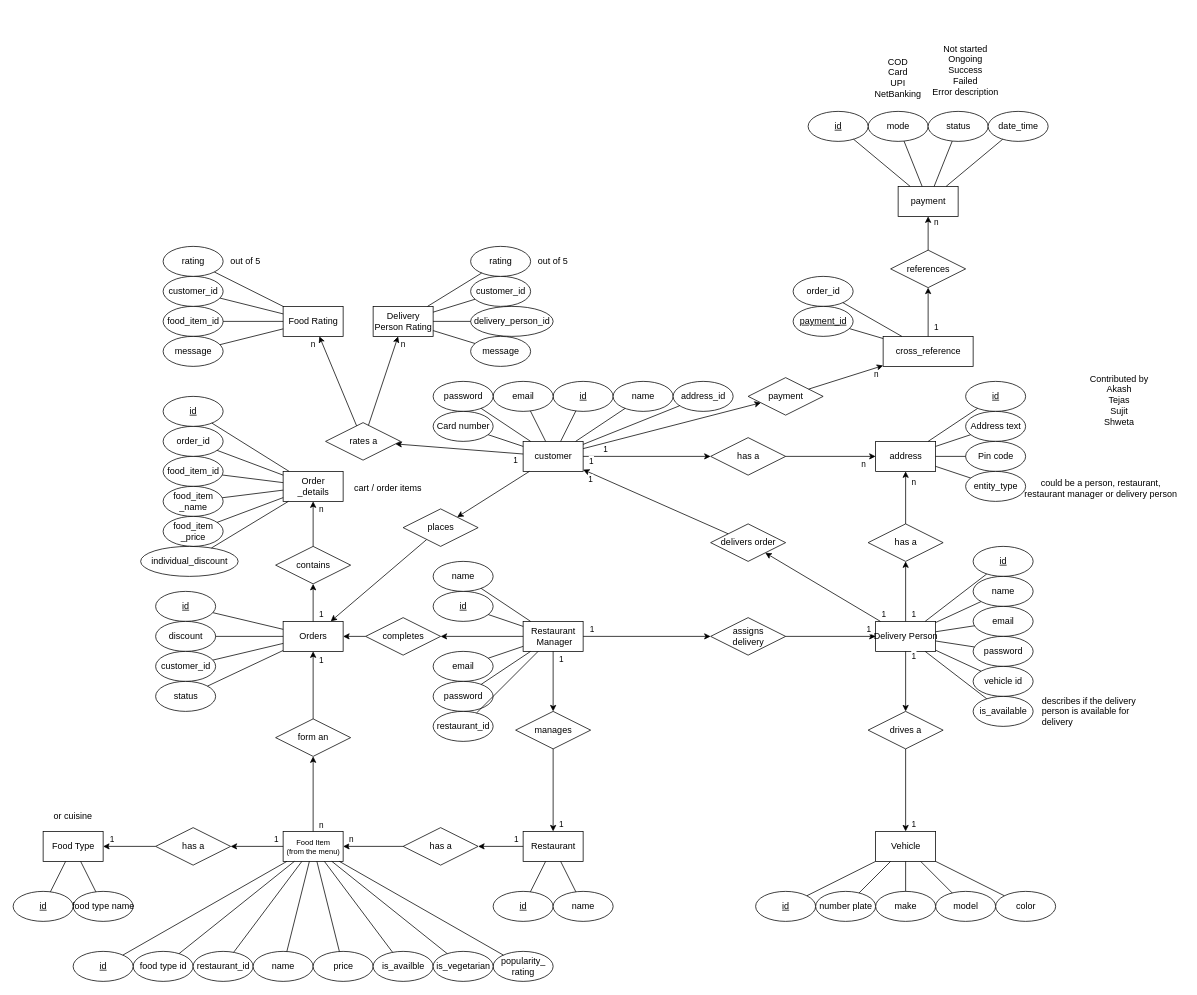
The draw.io diagram diagrams/ER/ER diagram.drawio in callofthewild/hunger-buzz, before the edit. Source tidied: cells renumbered, new cells numbered last; positions are measured from the earlier drawing's top-left corner, leaving out a move shared by most shapes. Both pictures are drawn from the tidied source at 75%, with x=0, y=0 at pixel (13, 44).
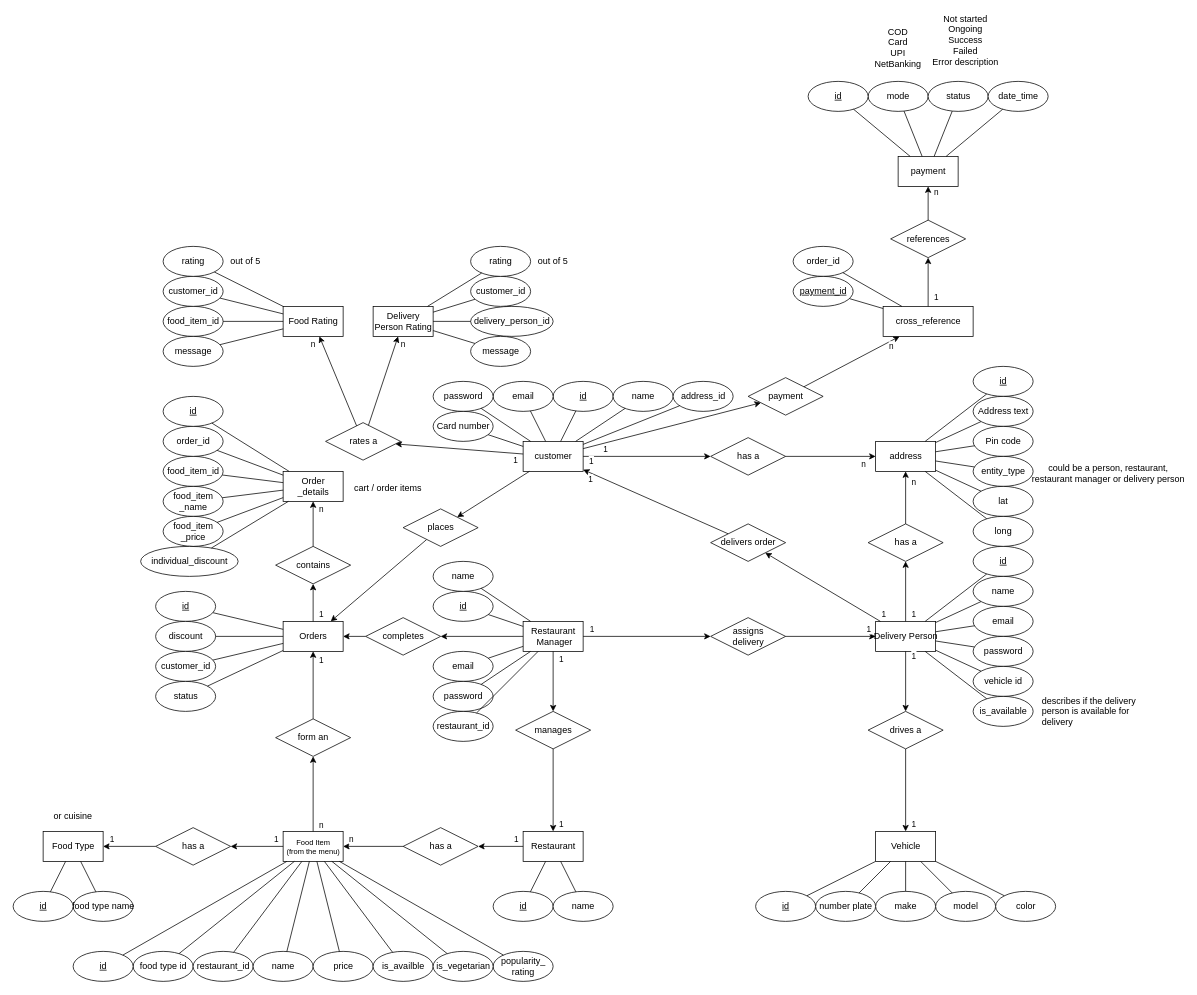
The same diagram, later.

Commit message:
added lat, long in address entity

The change refers to these unchanged cells:
```xml
<mxCell id="7" value="address" style="rounded=0;html=1;" parent="1" vertex="1">
  <mxGeometry x="1150" y="530" width="80" height="40" as="geometry" />
</mxCell>
```

Change to the diagram source:
```diff
@@
     <mxCell id="17" value="id" style="ellipse;html=1;align=center;fontStyle=4;" parent="1" vertex="1">
-      <mxGeometry x="1270" y="450" width="80" height="40" as="geometry" />
+      <mxGeometry x="1280" y="430" width="80" height="40" as="geometry" />
     </mxCell>
     <mxCell id="18" value="Address text" style="ellipse;html=1;align=center;" parent="1" vertex="1">
-      <mxGeometry x="1270" y="490" width="80" height="40" as="geometry" />
+      <mxGeometry x="1280" y="470" width="80" height="40" as="geometry" />
     </mxCell>
     <mxCell id="19" value="Pin code" style="ellipse;html=1;align=center;" parent="1" vertex="1">
-      <mxGeometry x="1270" y="530" width="80" height="40" as="geometry" />
+      <mxGeometry x="1280" y="510" width="80" height="40" as="geometry" />
     </mxCell>
@@
     <mxCell id="75" value="entity_type" style="ellipse;html=1;align=center;" parent="1" vertex="1">
-      <mxGeometry x="1270" y="570" width="80" height="40" as="geometry" />
+      <mxGeometry x="1280" y="550" width="80" height="40" as="geometry" />
     </mxCell>
     <mxCell id="76" value="&lt;div&gt;could be a person, restaurant,&lt;/div&gt;&lt;div&gt;restaurant manager or delivery person&lt;br&gt;&lt;/div&gt;" style="text;html=1;strokeColor=none;fillColor=none;align=center;verticalAlign=middle;rounded=0;" parent="1" vertex="1">
-      <mxGeometry x="1360" y="570" width="180" height="45" as="geometry" />
+      <mxGeometry x="1370" y="550" width="180" height="45" as="geometry" />
     </mxCell>
@@
-    <mxCell id="161" value="&lt;div&gt;Contributed by&lt;/div&gt;&lt;div&gt;Akash&lt;/div&gt;&lt;div&gt;Tejas&lt;/div&gt;&lt;div&gt;Sujit&lt;/div&gt;&lt;div&gt;Shweta&lt;br&gt;&lt;/div&gt;" style="text;html=1;strokeColor=none;fillColor=none;align=center;verticalAlign=middle;whiteSpace=wrap;rounded=0;" parent="1" vertex="1">
-      <mxGeometry x="1420" y="420" width="110" height="110" as="geometry" />
-    </mxCell>
@@
     <mxCell id="192" value="cross_reference" style="rounded=0;html=1;" parent="1" vertex="1">
-      <mxGeometry x="1160" y="390" width="120" height="40" as="geometry" />
+      <mxGeometry x="1160" y="350" width="120" height="40" as="geometry" />
     </mxCell>
     <mxCell id="193" value="order_id" style="ellipse;html=1;align=center;" parent="1" vertex="1">
-      <mxGeometry x="1040" y="310" width="80" height="40" as="geometry" />
+      <mxGeometry x="1040" y="270" width="80" height="40" as="geometry" />
     </mxCell>
     <mxCell id="194" value="payment_id" style="ellipse;html=1;align=center;fontStyle=4;" parent="1" vertex="1">
-      <mxGeometry x="1040" y="350" width="80" height="40" as="geometry" />
+      <mxGeometry x="1040" y="310" width="80" height="40" as="geometry" />
     </mxCell>
@@
     <mxCell id="197" value="payment" style="rounded=0;html=1;" parent="1" vertex="1">
-      <mxGeometry x="1180" y="190" width="80" height="40" as="geometry" />
+      <mxGeometry x="1180" y="150" width="80" height="40" as="geometry" />
     </mxCell>
     <mxCell id="198" value="mode" style="ellipse;html=1;align=center;" parent="1" vertex="1">
-      <mxGeometry x="1140" y="90" width="80" height="40" as="geometry" />
+      <mxGeometry x="1140" y="50" width="80" height="40" as="geometry" />
     </mxCell>
     <mxCell id="199" value="id" style="ellipse;html=1;align=center;fontStyle=4;" parent="1" vertex="1">
-      <mxGeometry x="1060" y="90" width="80" height="40" as="geometry" />
+      <mxGeometry x="1060" y="50" width="80" height="40" as="geometry" />
     </mxCell>
     <mxCell id="200" value="status" style="ellipse;html=1;align=center;" parent="1" vertex="1">
-      <mxGeometry x="1220" y="90" width="80" height="40" as="geometry" />
+      <mxGeometry x="1220" y="50" width="80" height="40" as="geometry" />
     </mxCell>
     <mxCell id="201" value="date_time" style="ellipse;html=1;align=center;" parent="1" vertex="1">
-      <mxGeometry x="1300" y="90" width="80" height="40" as="geometry" />
+      <mxGeometry x="1300" y="50" width="80" height="40" as="geometry" />
     </mxCell>
@@
     <mxCell id="208" value="references" style="shape=rhombus;perimeter=rhombusPerimeter;html=1;align=center;" parent="1" vertex="1">
-      <mxGeometry x="1170" y="275" width="100" height="50" as="geometry" />
+      <mxGeometry x="1170" y="235" width="100" height="50" as="geometry" />
     </mxCell>
@@
     <mxCell id="211" value="&lt;div&gt;COD&lt;/div&gt;&lt;div&gt;Card&lt;/div&gt;&lt;div&gt;UPI&lt;br&gt;&lt;/div&gt;&lt;div&gt;NetBanking&lt;br&gt;&lt;/div&gt;" style="text;html=1;strokeColor=none;fillColor=none;align=center;verticalAlign=middle;whiteSpace=wrap;rounded=0;" parent="1" vertex="1">
-      <mxGeometry x="1140" y="20" width="80" height="50" as="geometry" />
+      <mxGeometry x="1140" y="-20" width="80" height="50" as="geometry" />
     </mxCell>
     <mxCell id="212" value="&lt;div&gt;Not started&lt;/div&gt;&lt;div&gt;Ongoing&lt;/div&gt;&lt;div&gt;Success&lt;/div&gt;&lt;div&gt;Failed&lt;br&gt;&lt;/div&gt;&lt;div&gt;Error description&lt;br&gt;&lt;/div&gt;" style="text;html=1;strokeColor=none;fillColor=none;align=center;verticalAlign=middle;whiteSpace=wrap;rounded=0;" parent="1" vertex="1">
-      <mxGeometry x="1220" width="100" height="70" as="geometry" />
+      <mxGeometry x="1220" y="-40" width="100" height="70" as="geometry" />
     </mxCell>
@@
+    <mxCell id="222" value="lat" style="ellipse;html=1;align=center;" parent="1" vertex="1">
+      <mxGeometry x="1280" y="590" width="80" height="40" as="geometry" />
+    </mxCell>
+    <mxCell id="223" value="long" style="ellipse;html=1;align=center;" parent="1" vertex="1">
+      <mxGeometry x="1280" y="630" width="80" height="40" as="geometry" />
+    </mxCell>
+    <mxCell id="224" style="endArrow=none;html=1;rounded=0;" parent="1" edge="1" source="7" target="222">
+      <mxGeometry relative="1" as="geometry" />
+    </mxCell>
+    <mxCell id="225" style="endArrow=none;html=1;rounded=0;" parent="1" edge="1" source="7" target="223">
+      <mxGeometry relative="1" as="geometry" />
+    </mxCell>
```
